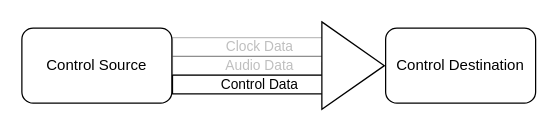
This is static/images/traffic-components-control.drawio from avb-academy/avb_academy, a draw.io file, before an edit. Source tidied: cells renumbered, new cells numbered last; positions are measured from the earlier drawing's top-left corner, leaving out a move shared by most shapes. Both pictures are drawn from the tidied source at 125%, with x=0, y=0 at pixel (21, 21).
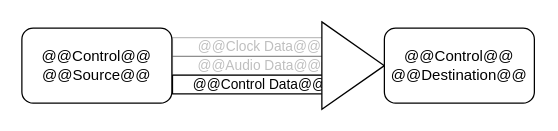
The same page after the edit.

Diff of the diagram source:
```diff
@@
 <mxGraphModel>
   <root>
     <mxCell id="0" />
     <mxCell id="1" parent="0" />
-    <mxCell id="2" value="Control Source" style="rounded=1;whiteSpace=wrap;html=1;" parent="1" vertex="1">
-      <mxGeometry y="5" width="120" height="60" as="geometry" />
-    </mxCell>
-    <mxCell id="3" value="Control Destination" style="rounded=1;whiteSpace=wrap;html=1;" parent="1" vertex="1">
-      <mxGeometry x="291" y="5" width="120" height="60" as="geometry" />
-    </mxCell>
-    <mxCell id="4" value="Clock Data" style="shape=flexArrow;endArrow=classic;html=1;exitX=1;exitY=0.25;exitDx=0;exitDy=0;labelBackgroundColor=none;width=15;opacity=25;textOpacity=25;" parent="1" edge="1" source="2">
+    <mxCell id="4" value="@@Clock Data@@" style="shape=flexArrow;endArrow=classic;html=1;exitX=1;exitY=0.25;exitDx=0;exitDy=0;labelBackgroundColor=none;width=15;opacity=25;textOpacity=25;" parent="1" edge="1">
       <mxGeometry relative="1" as="geometry">
+        <mxPoint x="120" y="20" as="sourcePoint" />
         <mxPoint x="260" y="20" as="targetPoint" />
       </mxGeometry>
     </mxCell>
-    <mxCell id="5" value="Audio Data" style="shape=flexArrow;endArrow=classic;html=1;exitX=1;exitY=0.5;exitDx=0;exitDy=0;labelBackgroundColor=none;width=15;opacity=25;textOpacity=25;" parent="1" edge="1" source="2">
+    <mxCell id="5" value="@@Audio Data@@" style="shape=flexArrow;endArrow=classic;html=1;exitX=1;exitY=0.5;exitDx=0;exitDy=0;labelBackgroundColor=none;width=15;opacity=25;textOpacity=25;" parent="1" edge="1">
       <mxGeometry relative="1" as="geometry">
+        <mxPoint x="120" y="35" as="sourcePoint" />
         <mxPoint x="260" y="35" as="targetPoint" />
       </mxGeometry>
     </mxCell>
-    <mxCell id="6" value="Control Data" style="shape=flexArrow;endArrow=classic;html=1;exitX=1;exitY=0.75;exitDx=0;exitDy=0;labelBackgroundColor=none;width=15;" parent="1" edge="1" source="2">
+    <mxCell id="6" value="@@Control Data@@" style="shape=flexArrow;endArrow=classic;html=1;exitX=1;exitY=0.75;exitDx=0;exitDy=0;labelBackgroundColor=none;width=15;" parent="1" edge="1">
       <mxGeometry relative="1" as="geometry">
+        <mxPoint x="120" y="50" as="sourcePoint" />
         <mxPoint x="260" y="50" as="targetPoint" />
       </mxGeometry>
     </mxCell>
     <mxCell id="7" style="triangle;whiteSpace=wrap;html=1;strokeColor=default;" parent="1" vertex="1">
       <mxGeometry x="240" width="50" height="70" as="geometry" />
     </mxCell>
+    <mxCell id="8" value="@@Control@@ @@Source@@" style="rounded=1;whiteSpace=wrap;html=1;" parent="1" vertex="1">
+      <mxGeometry y="5" width="120" height="60" as="geometry" />
+    </mxCell>
+    <mxCell id="9" value="@@Control@@ @@Destination@@" style="rounded=1;whiteSpace=wrap;html=1;" parent="1" vertex="1">
+      <mxGeometry x="290" y="5" width="120" height="60" as="geometry" />
+    </mxCell>
   </root>
 </mxGraphModel>
```
